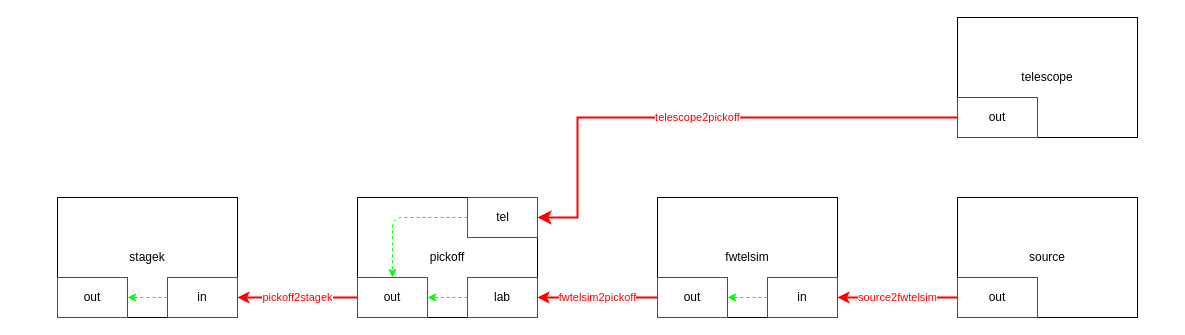
Before: demo/demo2.drawio in jaredmales/instGraph, a draw.io diagram. Source tidied: cells renumbered, new cells numbered last; positions are measured from the earlier drawing's top-left corner, leaving out a move shared by most shapes. Both pictures are drawn from the tidied source at 100%, with x=0, y=0 at pixel (57, 17).
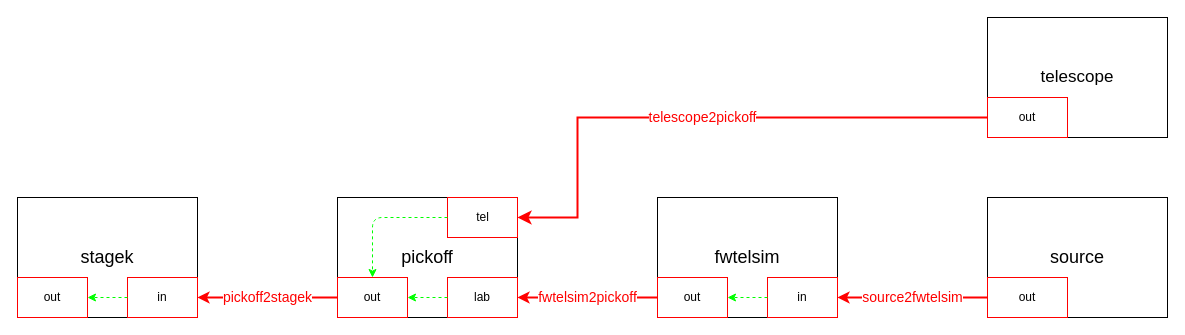
The same diagram, later.

Unchanged cells that the change refers to:
```xml
<mxCell id="4" value="out" style="rounded=0;whiteSpace=wrap;html=1;strokeColor=#FF0000;" parent="2" vertex="1">
  <mxGeometry y="80" width="80" height="40" as="geometry" />
</mxCell>
<mxCell id="7" value="out" style="rounded=0;whiteSpace=wrap;html=1;strokeColor=#FF0000;" parent="5" vertex="1">
  <mxGeometry y="80" width="80" height="40" as="geometry" />
</mxCell>
<mxCell id="8" style="group;" parent="1" vertex="1">
  <mxGeometry x="600" y="180" width="180" height="120" as="geometry" />
</mxCell>
<mxCell id="10" value="in" style="rounded=0;whiteSpace=wrap;html=1;strokeColor=#FF0000;" parent="8" vertex="1">
  <mxGeometry x="110" y="80" width="70" height="40" as="geometry" />
</mxCell>
<mxCell id="11" value="out" style="rounded=0;whiteSpace=wrap;html=1;strokeColor=#FF0000;" parent="8" vertex="1">
  <mxGeometry y="80" width="70" height="40" as="geometry" />
</mxCell>
<mxCell id="15" value="tel" style="rounded=0;inwhiteSpace=wrap;html=1;strokeColor=#FF0000;" parent="13" vertex="1">
  <mxGeometry x="110" width="70" height="40" as="geometry" />
</mxCell>
<mxCell id="16" value="lab" style="rounded=0;whiteSpace=wrap;html=1;strokeColor=#FF0000;" parent="13" vertex="1">
  <mxGeometry x="110" y="80" width="70" height="40" as="geometry" />
</mxCell>
<mxCell id="17" value="out" style="rounded=0;whiteSpace=wrap;html=1;strokeColor=#FF0000;" parent="13" vertex="1">
  <mxGeometry y="80" width="70" height="40" as="geometry" />
</mxCell>
<mxCell id="22" value="in" style="rounded=0;whiteSpace=wrap;html=1;strokeColor=#FF0000;" parent="20" vertex="1">
  <mxGeometry x="110" y="80" width="70" height="40" as="geometry" />
</mxCell>
```

The edit, as a diff of the source:
```diff
@@
-    <mxCell id="2" style="group;fontSize=14;" parent="1" vertex="1">
-      <mxGeometry x="900" width="180" height="120" as="geometry" />
+    <mxCell id="2" style="group;fontSize=14;labelBackgroundColor=none;fontColor=none;noLabel=1;" parent="1" vertex="1">
+      <mxGeometry x="930" width="180" height="120" as="geometry" />
     </mxCell>
-    <mxCell id="3" value="telescope" style="rounded=0;whiteSpace=wrap;html=1;" parent="2" vertex="1">
+    <mxCell id="3" value="telescope" style="rounded=0;whiteSpace=wrap;html=1;fontSize=17;" parent="2" vertex="1">
       <mxGeometry width="180" height="120" as="geometry" />
     </mxCell>
@@
     <mxCell id="5" style="group;" parent="1" vertex="1">
-      <mxGeometry x="900" y="180" width="180" height="120" as="geometry" />
+      <mxGeometry x="930" y="180" width="180" height="120" as="geometry" />
     </mxCell>
-    <mxCell id="6" value="source" style="rounded=0;whiteSpace=wrap;html=1;" parent="5" vertex="1">
+    <mxCell id="6" value="&lt;font style=&quot;font-size: 18px;&quot;&gt;source&lt;/font&gt;" style="rounded=0;whiteSpace=wrap;html=1;" parent="5" vertex="1">
       <mxGeometry width="180" height="120" as="geometry" />
     </mxCell>
@@
-    <mxCell id="9" value="fwtelsim" style="rounded=0;whiteSpace=wrap;html=1;" parent="8" vertex="1">
+    <mxCell id="9" value="fwtelsim" style="rounded=0;whiteSpace=wrap;html=1;fontSize=18;" parent="8" vertex="1">
       <mxGeometry width="180" height="120" as="geometry" />
     </mxCell>
@@
     <mxCell id="13" style="group;" parent="1" vertex="1">
-      <mxGeometry x="300" y="180" width="180" height="120" as="geometry" />
+      <mxGeometry x="280" y="180" width="180" height="120" as="geometry" />
     </mxCell>
-    <mxCell id="14" value="pickoff" style="rounded=0;whiteSpace=wrap;html=1;" parent="13" vertex="1">
+    <mxCell id="14" value="&lt;font style=&quot;font-size: 18px;&quot;&gt;pickoff&lt;/font&gt;" style="rounded=0;whiteSpace=wrap;html=1;" parent="13" vertex="1">
       <mxGeometry width="180" height="120" as="geometry" />
     </mxCell>
@@
     <mxCell id="20" style="group;" parent="1" vertex="1">
-      <mxGeometry y="180" width="180" height="120" as="geometry" />
+      <mxGeometry x="-40" y="180" width="180" height="120" as="geometry" />
     </mxCell>
-    <mxCell id="21" value="stagek" style="rounded=0;whiteSpace=wrap;html=1;" parent="20" vertex="1">
+    <mxCell id="21" value="stagek" style="rounded=0;whiteSpace=wrap;html=1;fontSize=18;" parent="20" vertex="1">
       <mxGeometry width="180" height="120" as="geometry" />
     </mxCell>
@@
-    <mxCell id="25" value="telescope2pickoff" style="edgeStyle=elbowEdgeStyle;elbow=horizontal;endArrow=classic;html=1;curved=0;rounded=0;endSize=8;startSize=8;entryX=1;entryY=0.5;entryDx=0;entryDy=0;exitX=0;exitY=0.5;exitDx=0;exitDy=0;strokeColor=#FF0000;strokeWidth=2;fontColor=#FF0000;" parent="1" edge="1" source="4" target="15">
+    <mxCell id="25" value="telescope2pickoff" style="edgeStyle=elbowEdgeStyle;elbow=horizontal;endArrow=classic;html=1;curved=0;rounded=0;endSize=8;startSize=8;entryX=1;entryY=0.5;entryDx=0;entryDy=0;exitX=0;exitY=0.5;exitDx=0;exitDy=0;strokeColor=#FF0000;strokeWidth=2;fontColor=#FF0000;fontSize=14;" parent="1" edge="1" source="4" target="15">
       <mxGeometry relative="1" as="geometry">
         <Array as="points">
           <mxPoint x="520" y="180" />
         </Array>
       </mxGeometry>
     </mxCell>
-    <mxCell id="26" value="source2fwtelsim" style="endArrow=classic;html=1;exitX=0;exitY=0.5;exitDx=0;exitDy=0;entryX=1;entryY=0.5;entryDx=0;entryDy=0;strokeColor=#FF0000;strokeWidth=2;fontColor=#FF0000;" parent="1" edge="1" source="7" target="10">
+    <mxCell id="26" value="source2fwtelsim" style="endArrow=classic;html=1;exitX=0;exitY=0.5;exitDx=0;exitDy=0;entryX=1;entryY=0.5;entryDx=0;entryDy=0;strokeColor=#FF0000;strokeWidth=2;fontColor=#FF0000;fontSize=14;" parent="1" edge="1" source="7" target="10">
       <mxGeometry relative="1" as="geometry" />
     </mxCell>
-    <mxCell id="27" value="fwtelsim2pickoff" style="endArrow=classic;html=1;exitX=0;exitY=0.5;exitDx=0;exitDy=0;entryX=1;entryY=0.5;entryDx=0;entryDy=0;strokeColor=#FF0000;strokeWidth=2;fontColor=#FF0000;" parent="1" edge="1" source="11" target="16">
+    <mxCell id="27" value="fwtelsim2pickoff" style="endArrow=classic;html=1;exitX=0;exitY=0.5;exitDx=0;exitDy=0;entryX=1;entryY=0.5;entryDx=0;entryDy=0;strokeColor=#FF0000;strokeWidth=2;fontColor=#FF0000;fontSize=14;" parent="1" edge="1" source="11" target="16">
       <mxGeometry relative="1" as="geometry" />
     </mxCell>
-    <mxCell id="28" value="pickoff2stagek" style="endArrow=classic;html=1;exitX=0;exitY=0.5;exitDx=0;exitDy=0;entryX=1;entryY=0.5;entryDx=0;entryDy=0;strokeColor=#FF0000;strokeWidth=2;fontColor=#FF0000;" parent="1" edge="1" source="17" target="22">
+    <mxCell id="28" value="pickoff2stagek" style="endArrow=classic;html=1;exitX=0;exitY=0.5;exitDx=0;exitDy=0;entryX=1;entryY=0.5;entryDx=0;entryDy=0;strokeColor=#FF0000;strokeWidth=2;fontColor=#FF0000;fontSize=14;" parent="1" edge="1" source="17" target="22">
       <mxGeometry relative="1" as="geometry" />
     </mxCell>
```
